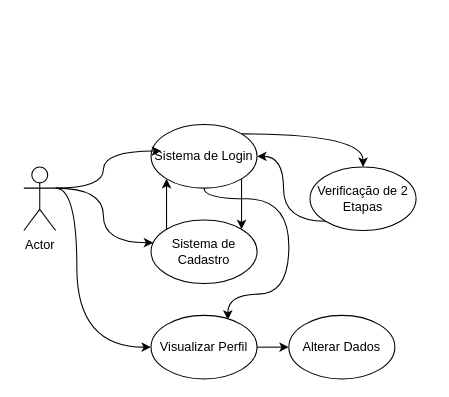
Above: page "Página-1" (1 of 2) of Sistema de Cadastro.drawio in LordKz/DiagramasDeRequisitos (draw.io), before the change. Source tidied: cells renumbered, new cells numbered last; positions are measured from the earlier drawing's top-left corner, leaving out a move shared by most shapes. Both pictures are drawn from the tidied source at 106%, with x=0, y=0 at pixel (23, 124).
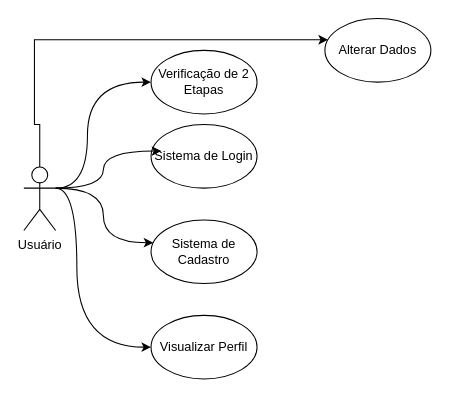
Above is the later version.

Unchanged cells that the change refers to:
```xml
<mxCell id="7" value="Sistema de Login" style="ellipse;whiteSpace=wrap;html=1;" parent="1" vertex="1">
  <mxGeometry x="120" width="100" height="60" as="geometry" />
</mxCell>
<mxCell id="9" value="Sistema de Cadastro" style="ellipse;whiteSpace=wrap;html=1;" parent="1" vertex="1">
  <mxGeometry x="120" y="90" width="100" height="60" as="geometry" />
</mxCell>
<mxCell id="13" value="Visualizar Perfil" style="ellipse;whiteSpace=wrap;html=1;" parent="1" vertex="1">
  <mxGeometry x="120" y="180" width="100" height="60" as="geometry" />
</mxCell>
```

What changed in the source:
```diff
@@
+    <mxCell id="17" style="edgeStyle=orthogonalEdgeStyle;rounded=0;jettySize=auto;html=1;exitX=0.5;exitY=0;exitDx=0;exitDy=0;exitPerimeter=0;" parent="1" edge="1" source="3" target="14">
+      <mxGeometry relative="1" as="geometry">
+        <Array as="points">
+          <mxPoint x="15" />
+          <mxPoint x="10" />
+          <mxPoint x="10" y="-80" />
+          <mxPoint x="300" y="-80" />
+        </Array>
+      </mxGeometry>
+    </mxCell>
+    <mxCell id="18" style="edgeStyle=orthogonalEdgeStyle;rounded=0;jettySize=auto;html=1;exitX=1;exitY=0.3333333333333333;exitDx=0;exitDy=0;exitPerimeter=0;entryX=0;entryY=0.5;entryDx=0;entryDy=0;curved=1;" parent="1" edge="1" source="3" target="16">
+      <mxGeometry relative="1" as="geometry">
+        <Array as="points">
+          <mxPoint x="60" y="60" />
+          <mxPoint x="60" y="-40" />
+        </Array>
+      </mxGeometry>
+    </mxCell>
-    <mxCell id="3" value="Actor" style="shape=umlActor;verticalLabelPosition=bottom;verticalAlign=top;html=1;outlineConnect=0;" parent="1" vertex="1">
+    <mxCell id="3" value="Usuário" style="shape=umlActor;verticalLabelPosition=bottom;verticalAlign=top;html=1;outlineConnect=0;" parent="1" vertex="1">
       <mxGeometry y="40" width="30" height="60" as="geometry" />
     </mxCell>
-    <mxCell id="4" style="edgeStyle=orthogonalEdgeStyle;rounded=0;jettySize=auto;html=1;exitX=1;exitY=1;exitDx=0;exitDy=0;entryX=1;entryY=0;entryDx=0;entryDy=0;" parent="1" edge="1" source="7" target="9">
-      <mxGeometry relative="1" as="geometry" />
-    </mxCell>
-    <mxCell id="5" style="edgeStyle=orthogonalEdgeStyle;rounded=0;jettySize=auto;html=1;exitX=1;exitY=0;exitDx=0;exitDy=0;entryX=0.5;entryY=0;entryDx=0;entryDy=0;curved=1;" parent="1" edge="1" source="7" target="16">
-      <mxGeometry relative="1" as="geometry" />
-    </mxCell>
-    <mxCell id="6" style="edgeStyle=orthogonalEdgeStyle;rounded=0;jettySize=auto;html=1;exitX=0.5;exitY=1;exitDx=0;exitDy=0;entryX=0.724;entryY=0.07;entryDx=0;entryDy=0;curved=1;entryPerimeter=0;" parent="1" edge="1" source="7" target="13">
-      <mxGeometry relative="1" as="geometry">
-        <Array as="points">
-          <mxPoint x="170" y="70" />
-          <mxPoint x="250" y="70" />
-          <mxPoint x="250" y="160" />
-          <mxPoint x="192" y="160" />
-        </Array>
-      </mxGeometry>
-    </mxCell>
@@
-    <mxCell id="8" style="edgeStyle=orthogonalEdgeStyle;rounded=0;jettySize=auto;html=1;exitX=0;exitY=0;exitDx=0;exitDy=0;entryX=0;entryY=1;entryDx=0;entryDy=0;" parent="1" edge="1" source="9" target="7">
-      <mxGeometry relative="1" as="geometry" />
-    </mxCell>
@@
-    <mxCell id="12" style="edgeStyle=orthogonalEdgeStyle;rounded=0;jettySize=auto;html=1;exitX=1;exitY=0.5;exitDx=0;exitDy=0;entryX=0;entryY=0.5;entryDx=0;entryDy=0;" parent="1" edge="1" source="13" target="14">
-      <mxGeometry relative="1" as="geometry" />
-    </mxCell>
@@
     <mxCell id="14" value="Alterar Dados" style="ellipse;whiteSpace=wrap;html=1;" parent="1" vertex="1">
-      <mxGeometry x="250" y="180" width="100" height="60" as="geometry" />
+      <mxGeometry x="284" y="-100" width="100" height="60" as="geometry" />
     </mxCell>
-    <mxCell id="15" style="edgeStyle=orthogonalEdgeStyle;rounded=0;jettySize=auto;html=1;exitX=0;exitY=1;exitDx=0;exitDy=0;entryX=1;entryY=0.5;entryDx=0;entryDy=0;curved=1;" parent="1" edge="1" source="16" target="7">
-      <mxGeometry relative="1" as="geometry" />
-    </mxCell>
     <mxCell id="16" value="Verificação de 2 Etapas" style="ellipse;whiteSpace=wrap;html=1;" parent="1" vertex="1">
-      <mxGeometry x="270" y="40" width="100" height="60" as="geometry" />
+      <mxGeometry x="120" y="-70" width="100" height="60" as="geometry" />
     </mxCell>
```
